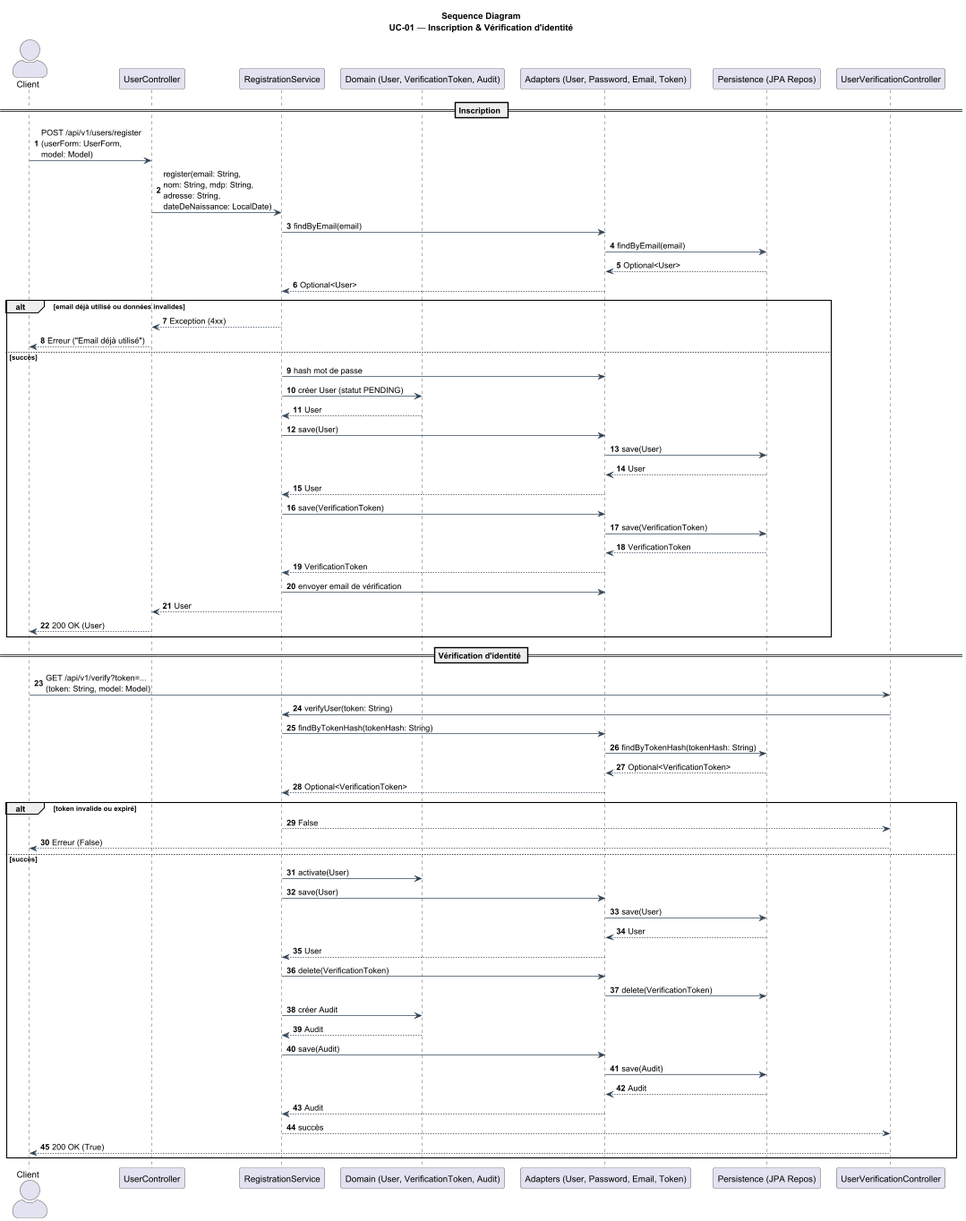
This is docs/architecture/4+1/processView/sequenceDiagrams/sequenceDiagramUC01.png from Hugo-12341234/BrokerX_MicroServices, a PlantUML export, as it was before one commit.
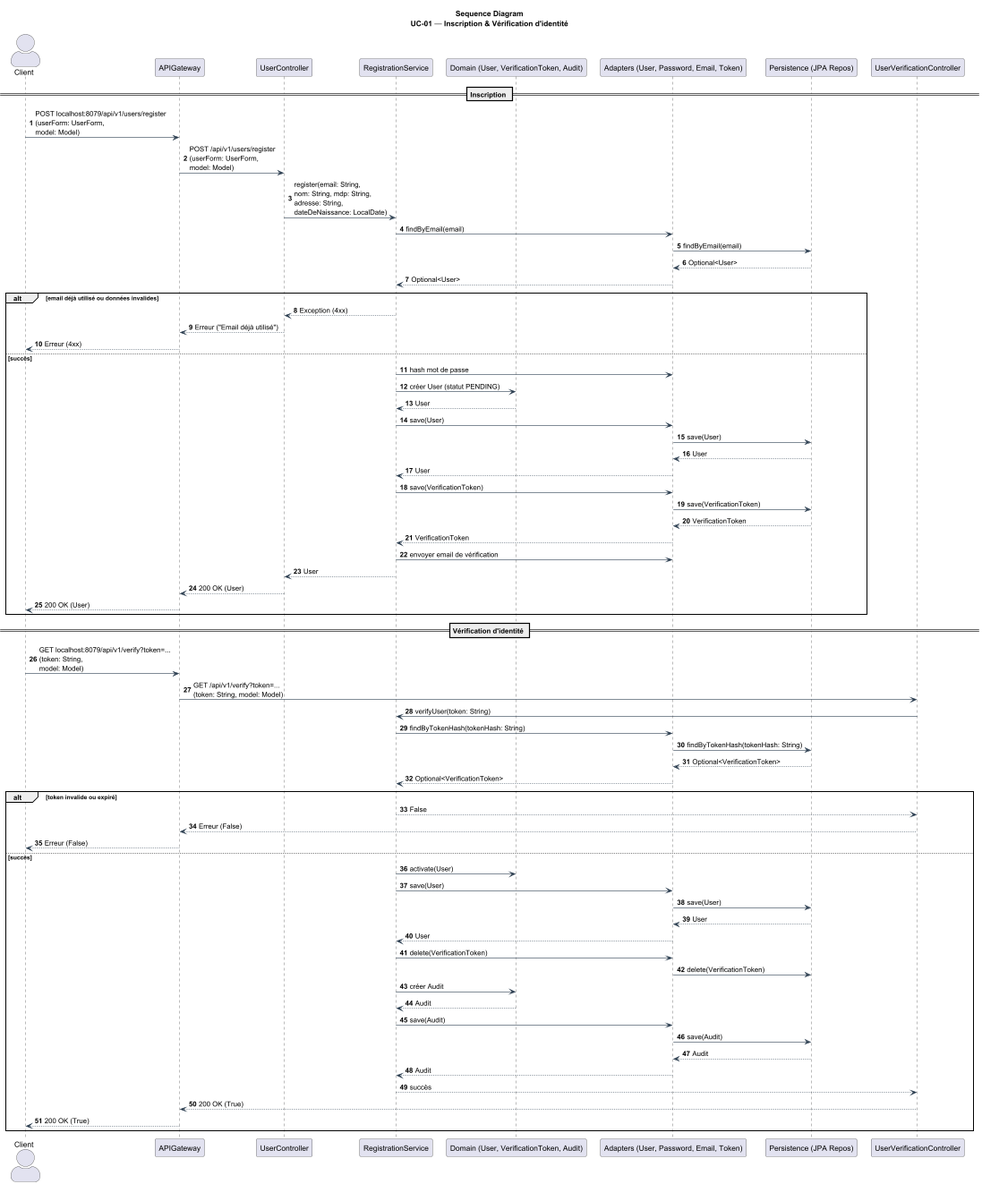
Later version of the same file.

Change to the diagram source:
```diff
@@ -10,6 +10,7 @@
 autonumber
 
 actor Client
+participant APIGateway
 participant UserController
 participant RegistrationService
 participant "Domain (User, VerificationToken, Audit)" as Domain
@@ -18,7 +19,9 @@
 participant UserVerificationController
 
 == Inscription ==
-Client -> UserController: POST /api/v1/users/register\n(userForm: UserForm,\nmodel: Model)
+Client -> APIGateway: POST localhost:8079/api/v1/users/register\n(userForm: UserForm,\nmodel: Model)
+
+APIGateway -> UserController: POST /api/v1/users/register\n(userForm: UserForm,\nmodel: Model)
 UserController -> RegistrationService: register(email: String,\nnom: String, mdp: String,\nadresse: String,\ndateDeNaissance: LocalDate)
 
 RegistrationService -> Adapters: findByEmail(email)
@@ -28,7 +31,8 @@
 
 alt email déjà utilisé ou données invalides
   RegistrationService --> UserController: Exception (4xx)
-  UserController --> Client: Erreur ("Email déjà utilisé")
+  UserController --> APIGateway: Erreur ("Email déjà utilisé")
+  APIGateway --> Client: Erreur (4xx)
 else succès
   RegistrationService -> Adapters: hash mot de passe
   RegistrationService -> Domain: créer User (statut PENDING)
@@ -46,11 +50,13 @@
   RegistrationService -> Adapters: envoyer email de vérification
 
   RegistrationService --> UserController: User
-  UserController --> Client: 200 OK (User)
+  UserController --> APIGateway: 200 OK (User)
+  APIGateway --> Client: 200 OK (User)
 end
 
 == Vérification d'identité ==
-Client -> UserVerificationController: GET /api/v1/verify?token=...\n(token: String, model: Model)
+Client -> APIGateway: GET localhost:8079/api/v1/verify?token=...\n(token: String,\nmodel: Model)
+APIGateway -> UserVerificationController: GET /api/v1/verify?token=...\n(token: String, model: Model)
 UserVerificationController -> RegistrationService: verifyUser(token: String)
 
 RegistrationService -> Adapters: findByTokenHash(tokenHash: String)
@@ -60,7 +66,8 @@
 
 alt token invalide ou expiré
   RegistrationService --> UserVerificationController: False
-  UserVerificationController --> Client: Erreur (False)
+  UserVerificationController --> APIGateway: Erreur (False)
+  APIGateway --> Client: Erreur (False)
 else succès
   RegistrationService -> Domain: activate(User)
   RegistrationService -> Adapters: save(User)
@@ -79,7 +86,9 @@
   Adapters --> RegistrationService: Audit
 
   RegistrationService --> UserVerificationController: succès
-  UserVerificationController --> Client: 200 OK (True)
+  UserVerificationController --> APIGateway: 200 OK (True)
+
+    APIGateway --> Client: 200 OK (True)
 end
 
 @enduml
```
